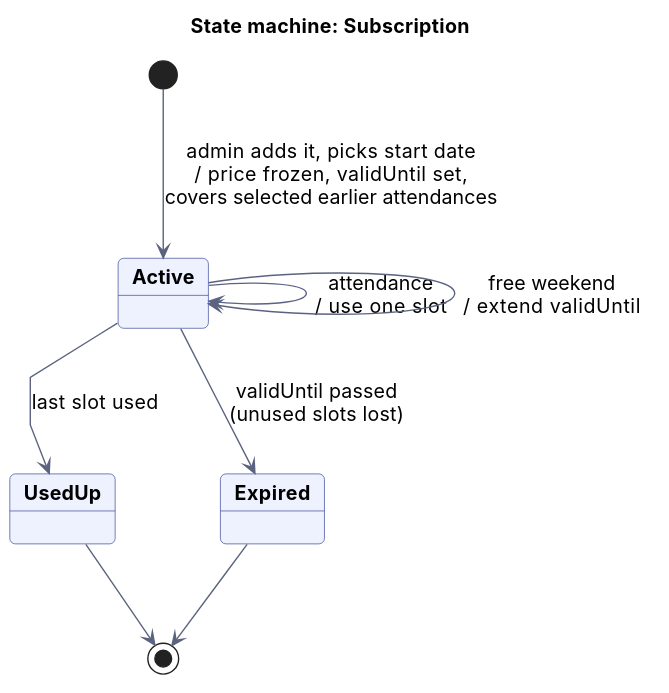
The PlantUML diagram docs/architecture/diagrams/04c-state-subscription.svg in codrin-postu/edusport_backend, before a commit.
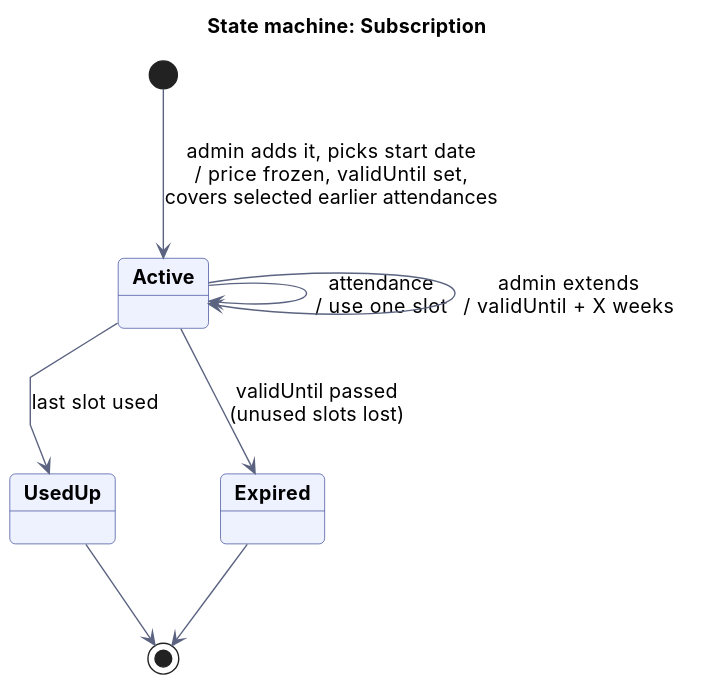
Later version of the same file.

Commit message:
docs(architecture): diagrams follow manual subscription extension

Diff of the diagram source:
```diff
@@ -6,7 +6,7 @@
 title State machine: Subscription
 [*] --> Active : admin adds it, picks start date\n/ price frozen, validUntil set,\ncovers selected earlier attendances
 Active --> Active : attendance\n/ use one slot
-Active --> Active : free weekend\n/ extend validUntil
+Active --> Active : admin extends\n/ validUntil + X weeks
 Active --> UsedUp : last slot used
 Active --> Expired : validUntil passed\n(unused slots lost)
 UsedUp --> [*]
```
